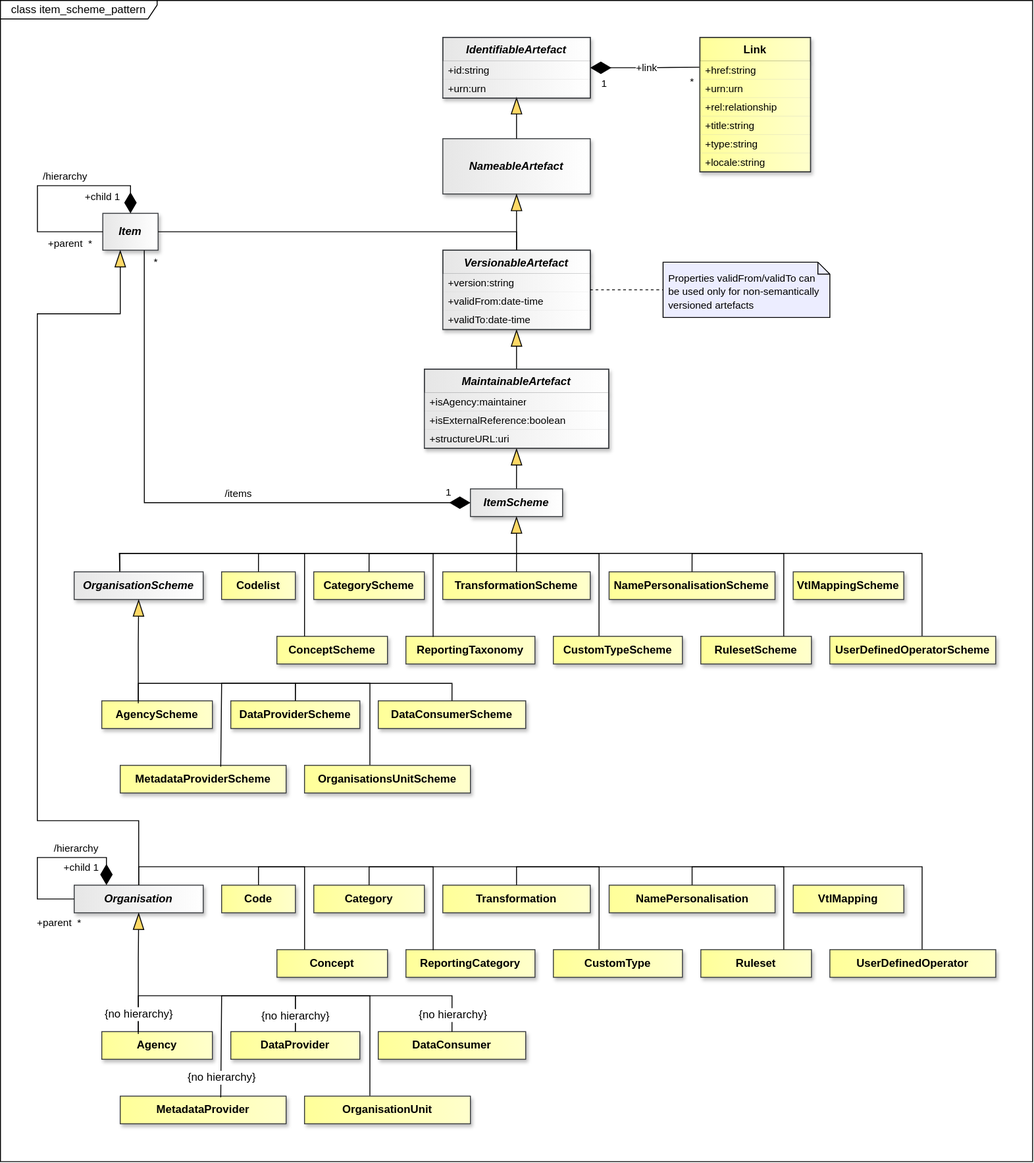
Before: docs/information_model/media/sdmx_base-item_scheme_pattern.svg, a diagram exported from draw.io (sdmx-twg/sdmx-im). Source tidied: cells renumbered, new cells last; positions are measured from the earlier drawing's top-left corner, leaving out a move shared by most shapes.
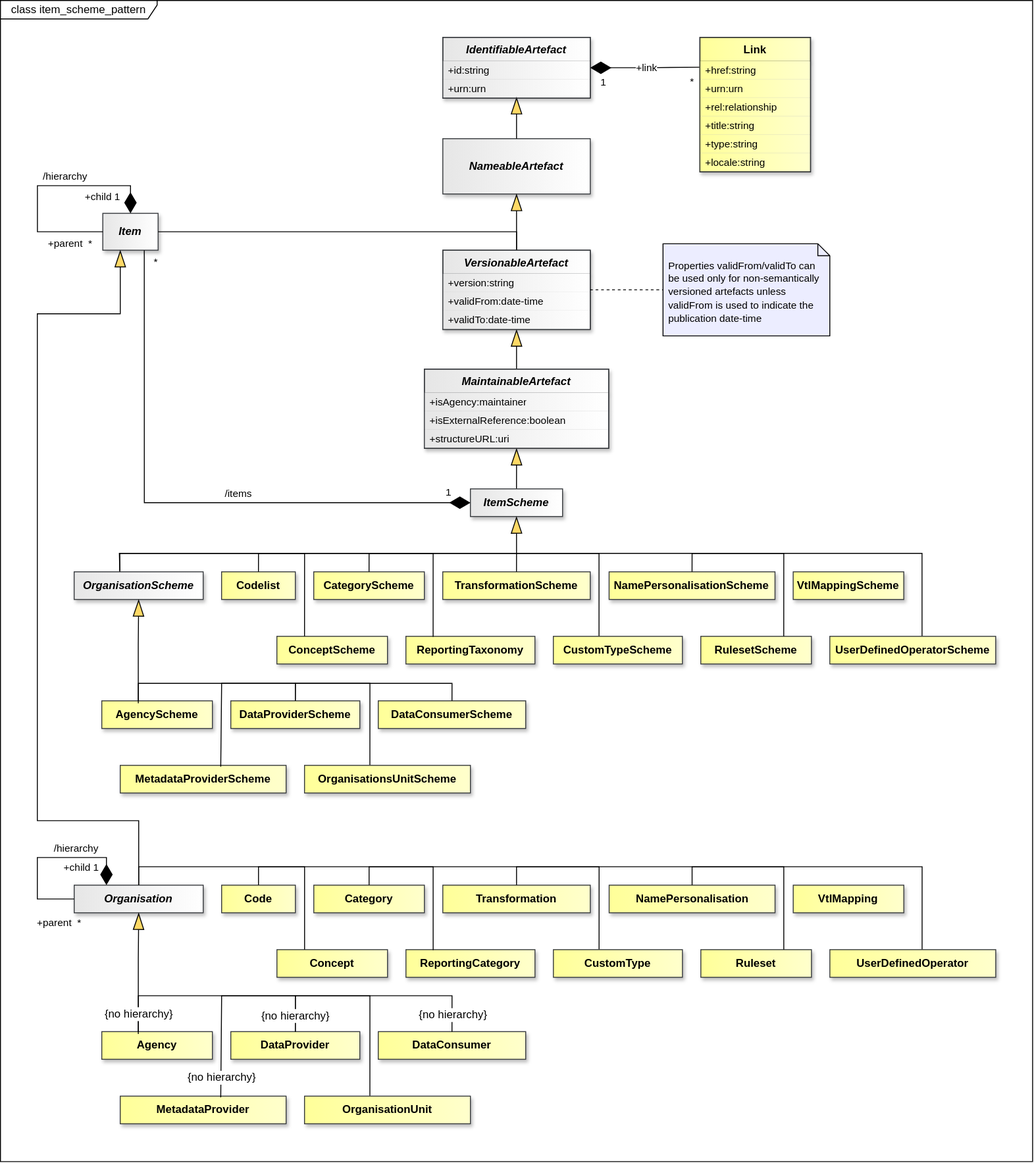
The same file after the commit.

Diff of the diagram source:
```diff
@@ -509,10 +509,10 @@
       <mxGeometry x="460" y="400" width="200" height="86" as="geometry" />
     </mxCell>
     <mxCell id="121" style="shape=note2;size=13;html=1;fillColor=light-dark(#ECEDFF,#ECEDFF);shadow=0;fontColor=light-dark(#000000,#000000);strokeColor=light-dark(#000000,#000000);verticalAlign=top;" parent="1" vertex="1">
-      <mxGeometry x="719" y="284" width="181" height="60" as="geometry" />
+      <mxGeometry x="719" y="264" width="181" height="100" as="geometry" />
     </mxCell>
-    <mxCell id="122" value="&lt;div&gt;&lt;font&gt;&lt;span style=&quot;font-size: 11px;&quot;&gt;Properties&amp;nbsp;&lt;/span&gt;&lt;/font&gt;&lt;span style=&quot;background-color: transparent; font-size: 11px;&quot;&gt;validFrom/validTo can be used only for non-semantically versioned artefacts&lt;/span&gt;&lt;/div&gt;" style="text;html=1;strokeColor=none;fillColor=none;align=left;verticalAlign=middle;spacingLeft=4;spacingRight=4;overflow=hidden;points=[[0,0.5],[1,0.5]];portConstraint=eastwest;whiteSpace=wrap;labelBorderColor=none;spacingTop=8;fontColor=light-dark(#000000,#000000);spacingBottom=4;" parent="121" vertex="1">
-      <mxGeometry width="181" height="60" as="geometry" />
+    <mxCell id="122" value="&lt;div&gt;&lt;font&gt;&lt;span style=&quot;font-size: 11px;&quot;&gt;Properties&amp;nbsp;&lt;/span&gt;&lt;/font&gt;&lt;span style=&quot;background-color: transparent; font-size: 11px;&quot;&gt;validFrom/validTo can be used only for non-semantically versioned artefacts&lt;/span&gt;&lt;span style=&quot;background-color: transparent; font-size: 11px;&quot;&gt; unless validFrom is used to indicate the publication date-time&lt;/span&gt;&lt;/div&gt;" style="text;html=1;strokeColor=none;fillColor=none;align=left;verticalAlign=middle;spacingLeft=4;spacingRight=4;overflow=hidden;points=[[0,0.5],[1,0.5]];portConstraint=eastwest;whiteSpace=wrap;labelBorderColor=none;spacingTop=8;fontColor=light-dark(#000000,#000000);spacingBottom=4;" parent="121" vertex="1">
+      <mxGeometry width="181" height="100" as="geometry" />
     </mxCell>
     <mxCell id="123" style="edgeStyle=none;curved=1;rounded=0;jettySize=auto;html=1;fontSize=12;startSize=8;endSize=8;entryX=0;entryY=0.5;entryDx=0;entryDy=0;endArrow=none;endFill=0;dashed=1;exitX=1;exitY=0.5;exitDx=0;exitDy=0;" parent="1" edge="1" source="119" target="122">
       <mxGeometry x="0.52" y="6.67" relative="1" as="geometry" />
```
